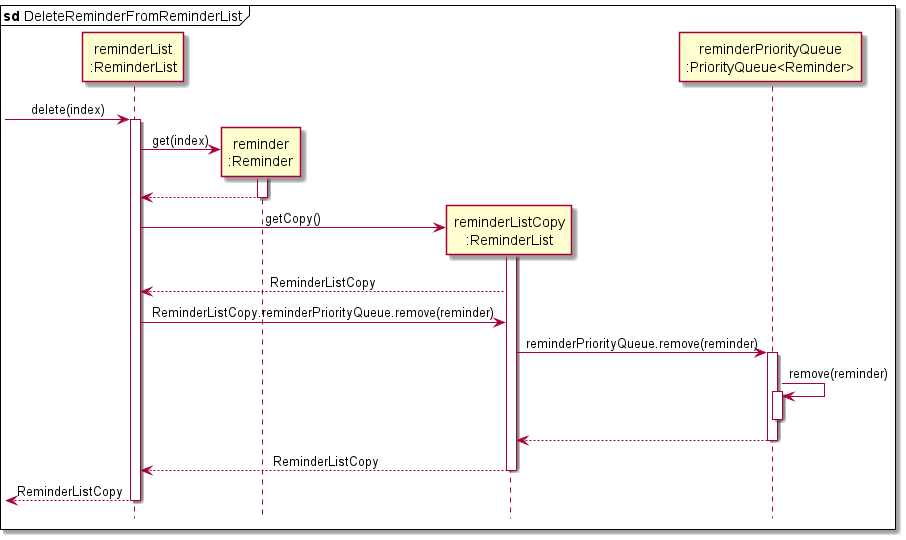
Earlier version of the PlantUML export docs/images/DeleteReminderFromReminderListSeqDiagram.png (pyk595/tp). The source it was exported from:
```plantuml
@startuml

mainframe **sd** DeleteReminderFromReminderList
hide footbox

skinparam Sequence {
    MessageAlign center
    BoxFontSize 15
    BoxPadding 0
    BoxFontColor #FFFFFF
    FontName Arial
}

participant "reminderList\n:ReminderList" as ReminderList
participant "reminder\n:Reminder" as Reminder
participant "reminderListCopy\n:ReminderList" as ReminderListCopy
participant "reminderPriorityQueue\n:PriorityQueue<Reminder>" as PriorityQueue

-> ReminderList : delete(index)

activate ReminderList

create Reminder
ReminderList -> Reminder : get(index)
activate Reminder

Reminder --> ReminderList
deactivate Reminder

create ReminderListCopy
ReminderList -> ReminderListCopy : getCopy()

activate ReminderListCopy
ReminderListCopy --> ReminderList : ReminderListCopy

ReminderList -> ReminderListCopy : ReminderListCopy.reminderPriorityQueue.remove(reminder)

ReminderListCopy -> PriorityQueue : reminderPriorityQueue.remove(reminder)

activate PriorityQueue

PriorityQueue -> PriorityQueue : remove(reminder)
activate PriorityQueue
deactivate PriorityQueue

PriorityQueue --> ReminderListCopy
deactivate PriorityQueue

ReminderListCopy --> ReminderList : ReminderListCopy
deactivate ReminderListCopy

<-- ReminderList : ReminderListCopy
deactivate ReminderList
@enduml
```
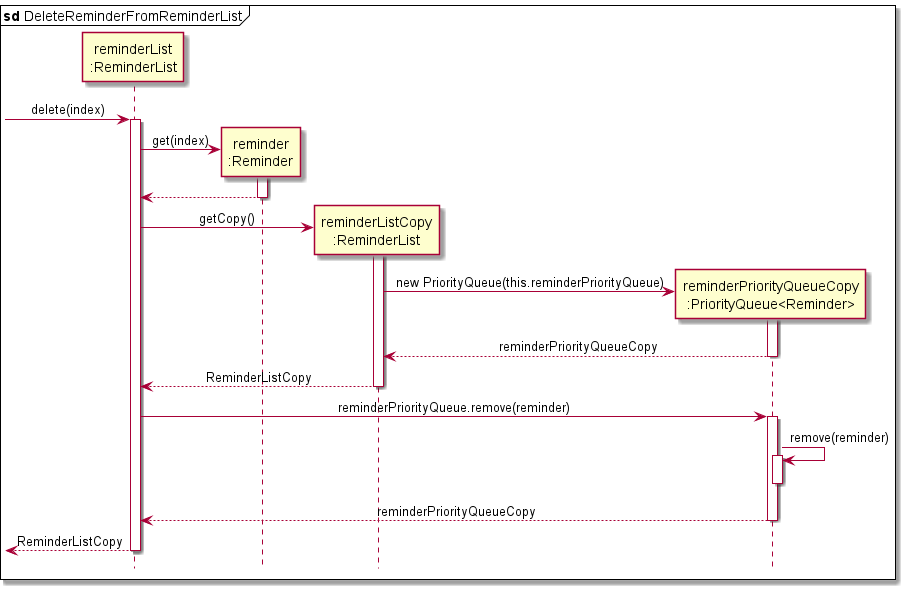
The same diagram one commit later.

Commit message:
Fix UML diagrams in DG based on comments

The edit, as a diff of the source:
```diff
@@ -14,7 +14,7 @@
 participant "reminderList\n:ReminderList" as ReminderList
 participant "reminder\n:Reminder" as Reminder
 participant "reminderListCopy\n:ReminderList" as ReminderListCopy
-participant "reminderPriorityQueue\n:PriorityQueue<Reminder>" as PriorityQueue
+participant "reminderPriorityQueueCopy\n:PriorityQueue<Reminder>" as PriorityQueueCopy
 
 -> ReminderList : delete(index)
 
@@ -29,24 +29,28 @@
 
 create ReminderListCopy
 ReminderList -> ReminderListCopy : getCopy()
+activate ReminderListCopy
 
-activate ReminderListCopy
-ReminderListCopy --> ReminderList : ReminderListCopy
+create PriorityQueueCopy
+ReminderListCopy -> PriorityQueueCopy : new PriorityQueue(this.reminderPriorityQueue)
+activate PriorityQueueCopy
 
-ReminderList -> ReminderListCopy : ReminderListCopy.reminderPriorityQueue.remove(reminder)
-
-ReminderListCopy -> PriorityQueue : reminderPriorityQueue.remove(reminder)
-
-activate PriorityQueue
-
-PriorityQueue -> PriorityQueue : remove(reminder)
-activate PriorityQueue
-deactivate PriorityQueue
-
-PriorityQueue --> ReminderListCopy
-deactivate PriorityQueue
+PriorityQueueCopy --> ReminderListCopy : reminderPriorityQueueCopy
+deactivate PriorityQueueCopy
 
 ReminderListCopy --> ReminderList : ReminderListCopy
+deactivate ReminderListCopy
+
+ReminderList -> PriorityQueueCopy : reminderPriorityQueue.remove(reminder)
+activate PriorityQueueCopy
+
+PriorityQueueCopy -> PriorityQueueCopy : remove(reminder)
+activate PriorityQueueCopy
+deactivate PriorityQueueCopy
+
+PriorityQueueCopy --> ReminderList : reminderPriorityQueueCopy
+deactivate PriorityQueueCopy
+
 deactivate ReminderListCopy
 
 <-- ReminderList : ReminderListCopy
```
